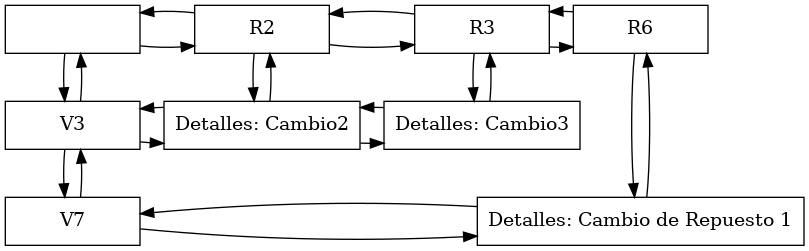
Above: Fase1/AutoGestPro/reports/Binnacle.png in EstebanSNZT/-EDD-1S2025_202300769 (Graphviz), before the change. Its source is kept beside it as Fase1/AutoGestPro/reports/Binnacle.dot.
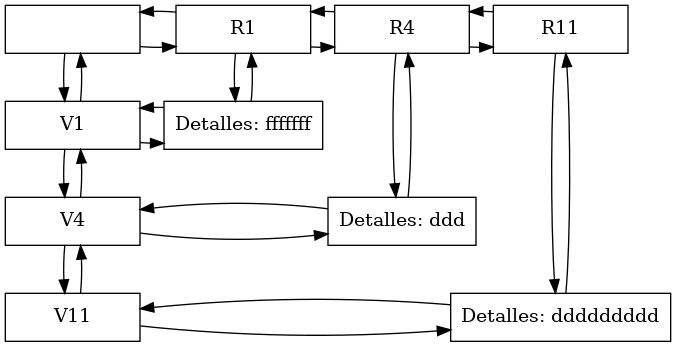
Later version of the same file.

Diff of the diagram source:
```diff
@@ -1,29 +1,33 @@
 digraph G {
     node [shape=box width=1.4];
     n0 [label="" group=0];
-    V3 [label="V3" group=0];
-    V7 [label="V7" group=0];
-    R2 [label="R2" group=1];
-    R3 [label="R3" group=2];
-    R6 [label="R6" group=3];
-    N3_2 [label="Detalles: Cambio2" group=1];
-    N3_3 [label="Detalles: Cambio3" group=2];
-    N7_6 [label="Detalles: Cambio de Repuesto 1" group=3];
-    n0 -> R2 -> R3 -> R6;
-    R6 -> R3 -> R2 -> n0;
-    V3 -> N3_2 -> N3_3;
-    N3_3 -> N3_2 -> V3;
-    V7 -> N7_6;
-    N7_6 -> V7;
-    n0 -> V3 -> V7;
-    V7 -> V3 -> n0;
-    R2 -> N3_2;
-    N3_2 -> R2;
-    R3 -> N3_3;
-    N3_3 -> R3;
-    R6 -> N7_6;
-    N7_6 -> R6;
-    { rank=same; n0; R2; R3; R6; };
-    { rank=same; V3; N3_2; N3_3; };
-    { rank=same; V7; N7_6; };
+    V1 [label="V1" group=0];
+    V4 [label="V4" group=0];
+    V11 [label="V11" group=0];
+    R1 [label="R1" group=1];
+    R4 [label="R4" group=2];
+    R11 [label="R11" group=3];
+    N1_1 [label="Detalles: fffffff" group=1];
+    N4_4 [label="Detalles: ddd" group=2];
+    N11_11 [label="Detalles: ddddddddd" group=3];
+    n0 -> R1 -> R4 -> R11;
+    R11 -> R4 -> R1 -> n0;
+    V1 -> N1_1;
+    N1_1 -> V1;
+    V4 -> N4_4;
+    N4_4 -> V4;
+    V11 -> N11_11;
+    N11_11 -> V11;
+    n0 -> V1 -> V4 -> V11;
+    V11 -> V4 -> V1 -> n0;
+    R1 -> N1_1;
+    N1_1 -> R1;
+    R4 -> N4_4;
+    N4_4 -> R4;
+    R11 -> N11_11;
+    N11_11 -> R11;
+    { rank=same; n0; R1; R4; R11; };
+    { rank=same; V1; N1_1; };
+    { rank=same; V4; N4_4; };
+    { rank=same; V11; N11_11; };
 }
```
